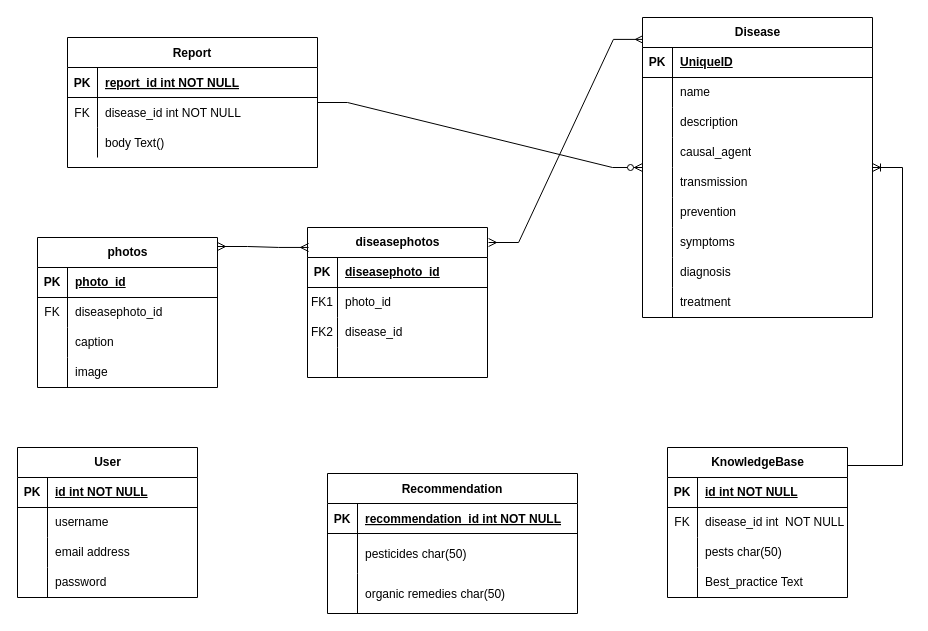
The draw.io diagram Untitled Diagram.drawio in XpertBotTeam/CpertBotAgriTech_Backend, before the edit. Source tidied: cells renumbered, new cells numbered last; positions are measured from the earlier drawing's top-left corner, leaving out a move shared by most shapes. Both pictures are drawn from the tidied source at 100%, with x=0, y=0 at pixel (17, 17).
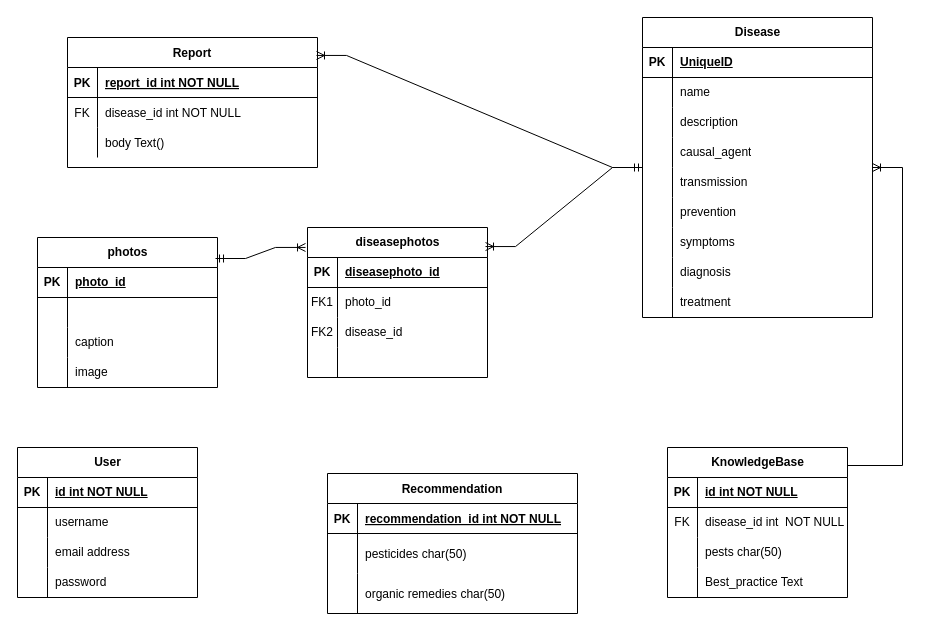
After the change.

Unchanged cells that the change refers to:
```xml
<mxCell id="2" value="Report" style="shape=table;startSize=30;childLayout=tableLayout;rowLines=0;fontStyle=1;align=center;gradientColor=none;swimlaneFillColor=default;" parent="1" vertex="1">
  <mxGeometry x="50" y="20" width="250" height="130" as="geometry" />
</mxCell>
<mxCell id="49" value="photos" style="shape=table;startSize=30;childLayout=tableLayout;rowLines=0;fontStyle=1;align=center;html=1;" parent="1" vertex="1">
  <mxGeometry x="20" y="220" width="180" height="150" as="geometry" />
</mxCell>
<mxCell id="53" style="shape=tableRow;horizontal=0;startSize=0;swimlaneHead=0;swimlaneBody=0;fillColor=none;top=0;left=0;right=0;bottom=0;" parent="49" vertex="1">
  <mxGeometry y="60" width="180" height="30" as="geometry" />
</mxCell>
<mxCell id="62" value="diseasephotos" style="shape=table;startSize=30;childLayout=tableLayout;rowLines=0;fontStyle=1;align=center;html=1;" parent="1" vertex="1">
  <mxGeometry x="290" y="210" width="180" height="150" as="geometry" />
</mxCell>
<mxCell id="77" value="Disease" style="shape=table;startSize=30;childLayout=tableLayout;rowLines=0;fontStyle=1;align=center;html=1;points=[[0,0,0,0,0],[0,0.14,0,0,0],[0,0.25,0,0,0],[0,0.29,0,0,0],[0,0.43,0,0,0],[0,0.5,0,0,0],[0,0.57,0,0,0],[0,0.71,0,0,0],[0,0.75,0,0,0],[0,0.86,0,0,0],[0,1,0,0,0],[0.25,0,0,0,0],[0.25,1,0,0,0],[0.5,0,0,0,0],[0.5,1,0,0,0],[0.75,0,0,0,0],[0.75,1,0,0,0],[1,0,0,0,0],[1,0.25,0,0,0],[1,0.5,0,0,0],[1,0.75,0,0,0],[1,1,0,0,0]];" parent="1" vertex="1">
  <mxGeometry x="625" width="230" height="300" as="geometry" />
</mxCell>
```

The edit, as a diff of the source:
```diff
@@
-    <mxCell id="54" value="FK" style="shape=partialRectangle;fillColor=none;top=0;left=0;bottom=0;right=0;overflow=hidden;whiteSpace=wrap;html=1;" parent="53" vertex="1">
+    <mxCell id="54" style="shape=partialRectangle;fillColor=none;top=0;left=0;bottom=0;right=0;overflow=hidden;whiteSpace=wrap;html=1;" parent="53" vertex="1">
       <mxGeometry width="30" height="30" as="geometry" />
     </mxCell>
-    <mxCell id="55" value="diseasephoto_id" style="shape=partialRectangle;fillColor=none;top=0;left=0;bottom=0;right=0;align=left;spacingLeft=6;overflow=hidden;whiteSpace=wrap;html=1;" parent="53" vertex="1">
+    <mxCell id="55" style="shape=partialRectangle;fillColor=none;top=0;left=0;bottom=0;right=0;align=left;spacingLeft=6;overflow=hidden;whiteSpace=wrap;html=1;" parent="53" vertex="1">
       <mxGeometry x="30" width="150" height="30" as="geometry" />
     </mxCell>
@@
-    <mxCell id="75" style="edgeStyle=entityRelationEdgeStyle;fontSize=12;html=1;endArrow=ERmany;startArrow=ERmany;rounded=0;exitX=1;exitY=0.06;exitDx=0;exitDy=0;exitPerimeter=0;entryX=0.006;entryY=0.133;entryDx=0;entryDy=0;entryPerimeter=0;" parent="1" edge="1" source="49" target="62">
-      <mxGeometry relative="1" as="geometry" />
-    </mxCell>
-    <mxCell id="76" style="edgeStyle=entityRelationEdgeStyle;fontSize=12;html=1;endArrow=ERmany;startArrow=ERmany;rounded=0;entryX=0.004;entryY=0.073;entryDx=0;entryDy=0;entryPerimeter=0;exitX=1.006;exitY=0.1;exitDx=0;exitDy=0;exitPerimeter=0;" parent="1" edge="1" source="62" target="77">
-      <mxGeometry relative="1" as="geometry" />
-    </mxCell>
@@
-    <mxCell id="105" style="edgeStyle=entityRelationEdgeStyle;fontSize=12;html=1;endArrow=ERzeroToMany;endFill=1;rounded=0;" parent="1" edge="1" source="2" target="77">
-      <mxGeometry relative="1" as="geometry" />
-    </mxCell>
+    <mxCell id="106" style="edgeStyle=entityRelationEdgeStyle;fontSize=12;html=1;endArrow=ERoneToMany;rounded=0;entryX=0.996;entryY=0.138;entryDx=0;entryDy=0;entryPerimeter=0;" parent="1" edge="1" source="77" target="2">
+      <mxGeometry relative="1" as="geometry" />
+    </mxCell>
+    <mxCell id="75" style="edgeStyle=entityRelationEdgeStyle;fontSize=12;html=1;endArrow=ERoneToMany;startArrow=ERmandOne;rounded=0;entryX=-0.011;entryY=0.133;entryDx=0;entryDy=0;entryPerimeter=0;exitX=0.989;exitY=0.14;exitDx=0;exitDy=0;exitPerimeter=0;" parent="1" edge="1" source="49" target="62">
+      <mxGeometry relative="1" as="geometry" />
+    </mxCell>
+    <mxCell id="107" style="edgeStyle=entityRelationEdgeStyle;fontSize=12;html=1;endArrow=ERoneToMany;startArrow=ERmandOne;rounded=0;entryX=0.989;entryY=0.127;entryDx=0;entryDy=0;entryPerimeter=0;" parent="1" edge="1" source="77" target="62">
+      <mxGeometry relative="1" as="geometry" />
+    </mxCell>
```
